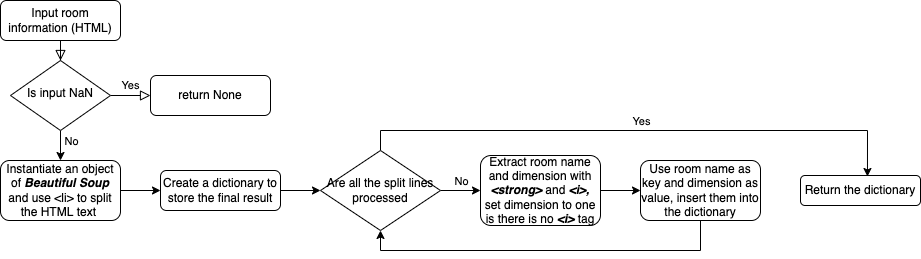
Above: Final Report/figures/html_room_info.png in luowx0905/Individual-Project (draw.io), before the change. Source tidied: cells renumbered, new cells last; positions are measured from the earlier drawing's top-left corner, leaving out a move shared by most shapes.
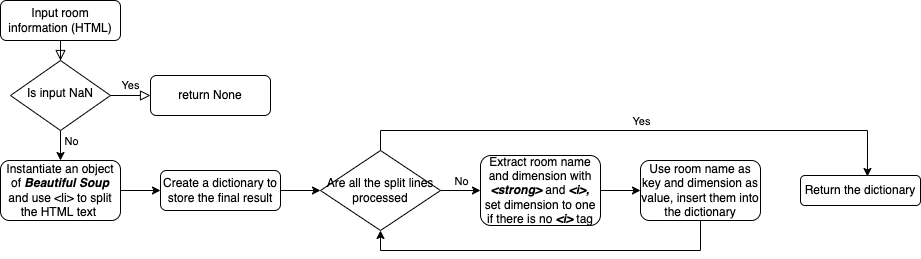
The same file after the commit.

The edit, as a diff of the source:
```diff
@@ -64,7 +64,7 @@
     <mxCell id="18" style="edgeStyle=orthogonalEdgeStyle;rounded=0;jettySize=auto;html=1;" parent="1" edge="1" source="19" target="21">
       <mxGeometry relative="1" as="geometry" />
     </mxCell>
-    <mxCell id="19" value="Extract room name and dimension with &lt;b&gt;&lt;i&gt;&amp;lt;strong&amp;gt;&lt;/i&gt;&lt;/b&gt; and &lt;i&gt;&lt;b&gt;&amp;lt;i&amp;gt;,&lt;/b&gt;&lt;/i&gt; set dimension to one is there is no &lt;b&gt;&lt;i&gt;&amp;lt;i&amp;gt;&lt;/i&gt;&lt;/b&gt; tag" style="rounded=1;whiteSpace=wrap;html=1;" parent="1" vertex="1">
+    <mxCell id="19" value="Extract room name and dimension with &lt;b&gt;&lt;i&gt;&amp;lt;strong&amp;gt;&lt;/i&gt;&lt;/b&gt; and &lt;i&gt;&lt;b&gt;&amp;lt;i&amp;gt;,&lt;/b&gt;&lt;/i&gt; set dimension to one if there is no &lt;b&gt;&lt;i&gt;&amp;lt;i&amp;gt;&lt;/i&gt;&lt;/b&gt; tag" style="rounded=1;whiteSpace=wrap;html=1;" parent="1" vertex="1">
       <mxGeometry x="480" y="155" width="120" height="70" as="geometry" />
     </mxCell>
     <mxCell id="20" style="edgeStyle=orthogonalEdgeStyle;rounded=0;jettySize=auto;html=1;entryX=0.5;entryY=1;entryDx=0;entryDy=0;" parent="1" edge="1" source="21" target="17">
```
